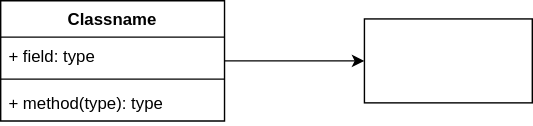
Before: module_13/Диаграмма без названия.drawio.svg, a diagram exported from draw.io (Styans/design_patterns_su). Source tidied: cells renumbered, new cells last; positions are measured from the earlier drawing's top-left corner, leaving out a move shared by most shapes.
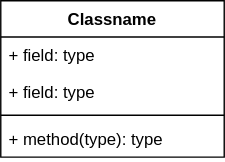
After the commit.

Change to the diagram source:
```diff
@@ -2,23 +2,20 @@
   <root>
     <mxCell id="0" />
     <mxCell id="1" parent="0" />
-    <mxCell id="2" style="edgeStyle=orthogonalEdgeStyle;rounded=0;jettySize=auto;html=1;" parent="1" edge="1" source="3" target="7">
-      <mxGeometry relative="1" as="geometry" />
-    </mxCell>
     <mxCell id="3" value="Classname" style="swimlane;fontStyle=1;align=center;verticalAlign=top;horizontal=1;startSize=26;whiteSpace=wrap;html=1;" parent="1" vertex="1">
-      <mxGeometry width="160" height="86" as="geometry" />
+      <mxGeometry width="160" height="112" as="geometry" />
     </mxCell>
     <mxCell id="4" value="+ field: type" style="text;strokeColor=none;fillColor=none;align=left;verticalAlign=top;spacingLeft=4;spacingRight=4;overflow=hidden;whiteSpace=wrap;html=1;" parent="3" vertex="1">
       <mxGeometry y="26" width="160" height="26" as="geometry" />
     </mxCell>
+    <mxCell id="8" value="+ field: type" style="text;strokeColor=none;fillColor=none;align=left;verticalAlign=top;spacingLeft=4;spacingRight=4;overflow=hidden;whiteSpace=wrap;html=1;" parent="3" vertex="1">
+      <mxGeometry y="52" width="160" height="26" as="geometry" />
+    </mxCell>
     <mxCell id="5" style="line;strokeWidth=1;fillColor=none;align=left;verticalAlign=middle;spacingTop=-1;spacingLeft=3;spacingRight=3;labelPosition=right;strokeColor=inherit;" parent="3" vertex="1">
-      <mxGeometry y="52" width="160" height="8" as="geometry" />
+      <mxGeometry y="78" width="160" height="8" as="geometry" />
     </mxCell>
     <mxCell id="6" value="+ method(type): type" style="text;strokeColor=none;fillColor=none;align=left;verticalAlign=top;spacingLeft=4;spacingRight=4;overflow=hidden;whiteSpace=wrap;html=1;" parent="3" vertex="1">
-      <mxGeometry y="60" width="160" height="26" as="geometry" />
+      <mxGeometry y="86" width="160" height="26" as="geometry" />
     </mxCell>
-    <mxCell id="7" style="whiteSpace=wrap;html=1;verticalAlign=top;fontStyle=1;startSize=26;horizontal=1;" parent="1" vertex="1">
-      <mxGeometry x="260" y="13" width="120" height="60" as="geometry" />
-    </mxCell>
   </root>
 </mxGraphModel>
```
